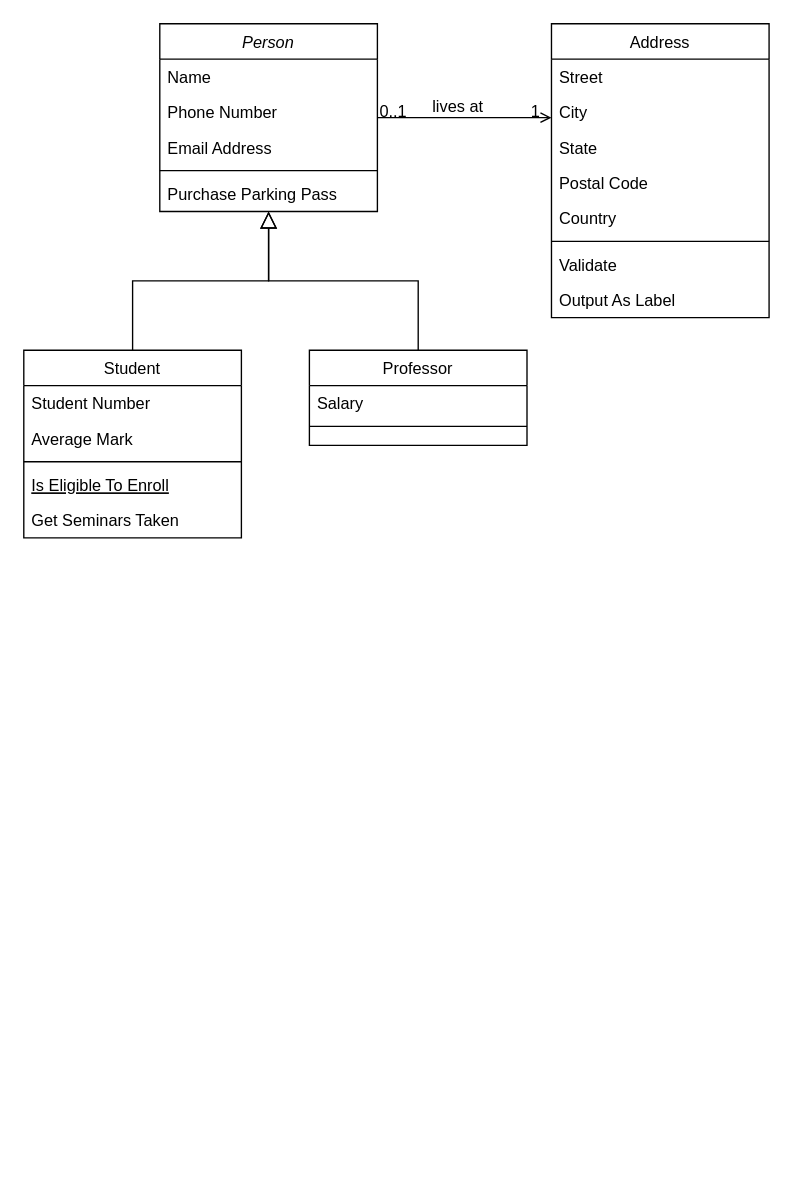
Earlier version of the draw.io diagram TIL하셨나요.drawio (SheepSaGi/PUBLIC__DidYouWriteTIL). Source tidied: cells renumbered, new cells numbered last; positions are measured from the earlier drawing's top-left corner, leaving out a move shared by most shapes. Both pictures are drawn from the tidied source at 136%, with x=0, y=0 at pixel (23, 23).
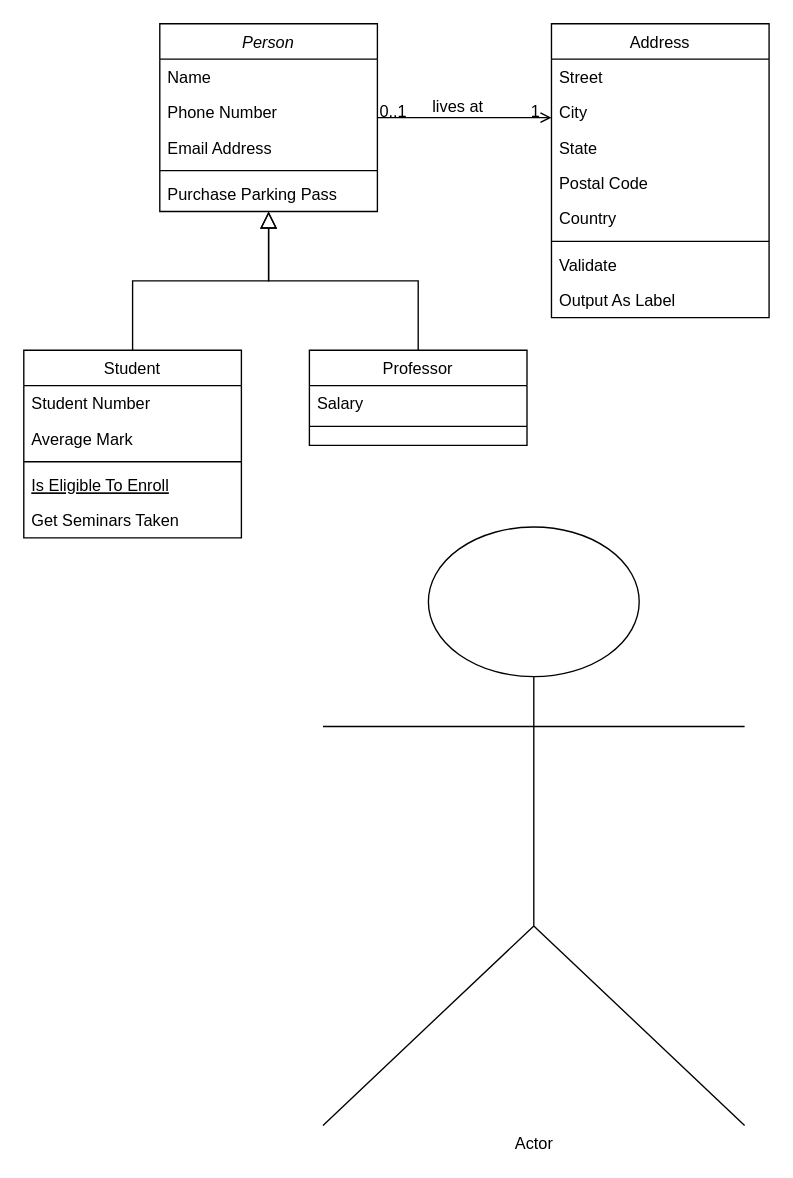
The same diagram, later.

Commit message:
TIL하셨나요.drawio 업데이트

What changed in the source:
```diff
@@
+    <mxCell id="32" value="Actor" style="shape=umlActor;verticalLabelPosition=bottom;verticalAlign=top;html=1;" parent="1" vertex="1">
+      <mxGeometry x="220" y="370" width="310" height="440" as="geometry" />
+    </mxCell>
```
